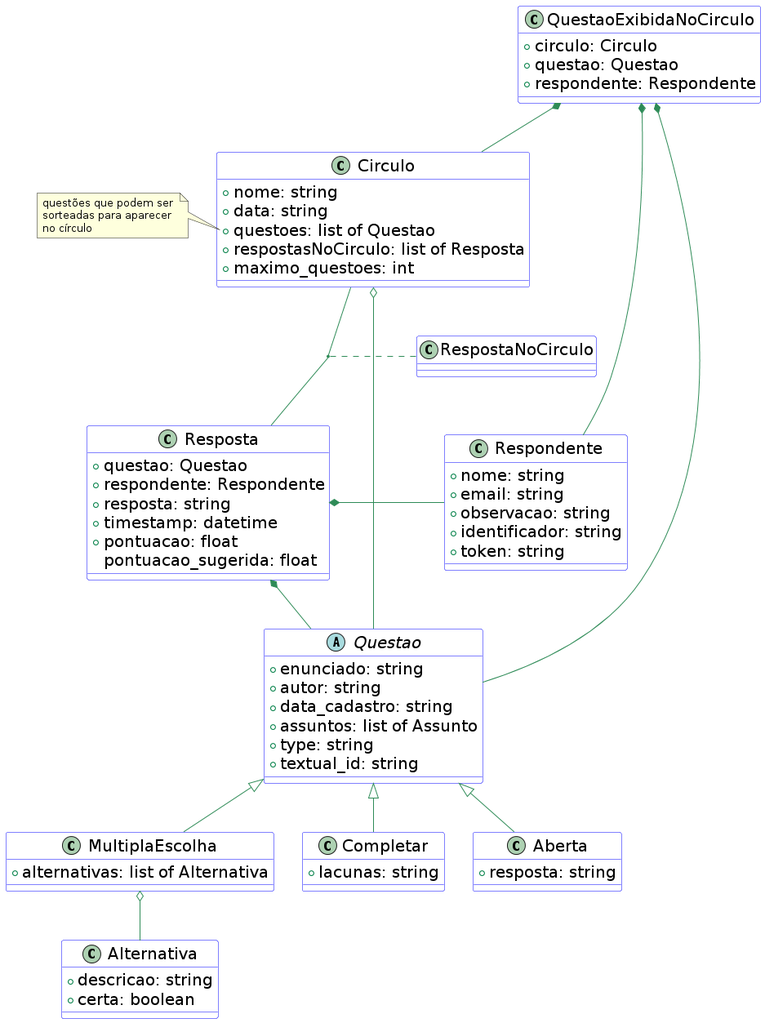
Earlier version of the PlantUML export other/doc/uml_v2.png (hvescovi/serena).
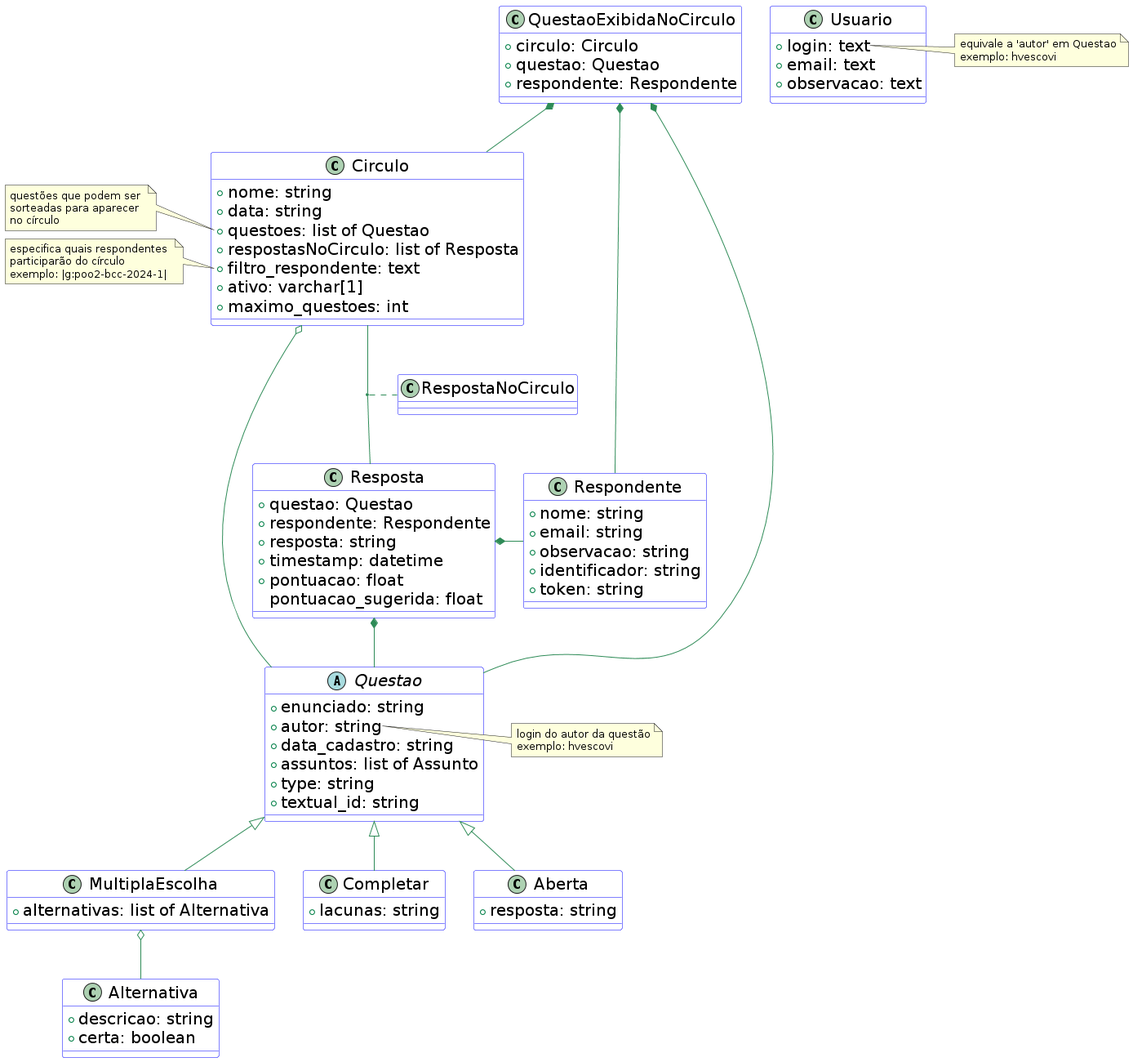
Above is the later version.

Commit message:
adding fields to circulo

Diff of the diagram source:
```diff
@@ -24,8 +24,12 @@
   +assuntos: list of Assunto
   +type: string
   +textual_id: string
+}
 
-}
+note right of Questao::autor
+login do autor da questão
+exemplo: hvescovi
+end note
 
 class Alternativa {
   +descricao: string
@@ -67,6 +71,8 @@
   +data: string
   +questoes: list of Questao
   +respostasNoCirculo: list of Resposta
+  +filtro_respondente: text
+  +ativo: varchar[1]
   +maximo_questoes: int
 }
 note left of Circulo::questoes
@@ -75,12 +81,28 @@
 no círculo
 end note
 
+note left of Circulo::filtro_respondente
+especifica quais respondentes
+participarão do círculo
+exemplo: |g:poo2-bcc-2024-1|
+end note
+
 class QuestaoExibidaNoCirculo {
   +circulo: Circulo
   +questao: Questao
   +respondente: Respondente
 }
 
+class Usuario {
+  +login: text
+  +email: text
+  +observacao: text
+}
+
+note right of Usuario::login
+equivale a 'autor' em Questao
+exemplo: hvescovi
+end note
 
 
 Questao <|-- MultiplaEscolha
```
